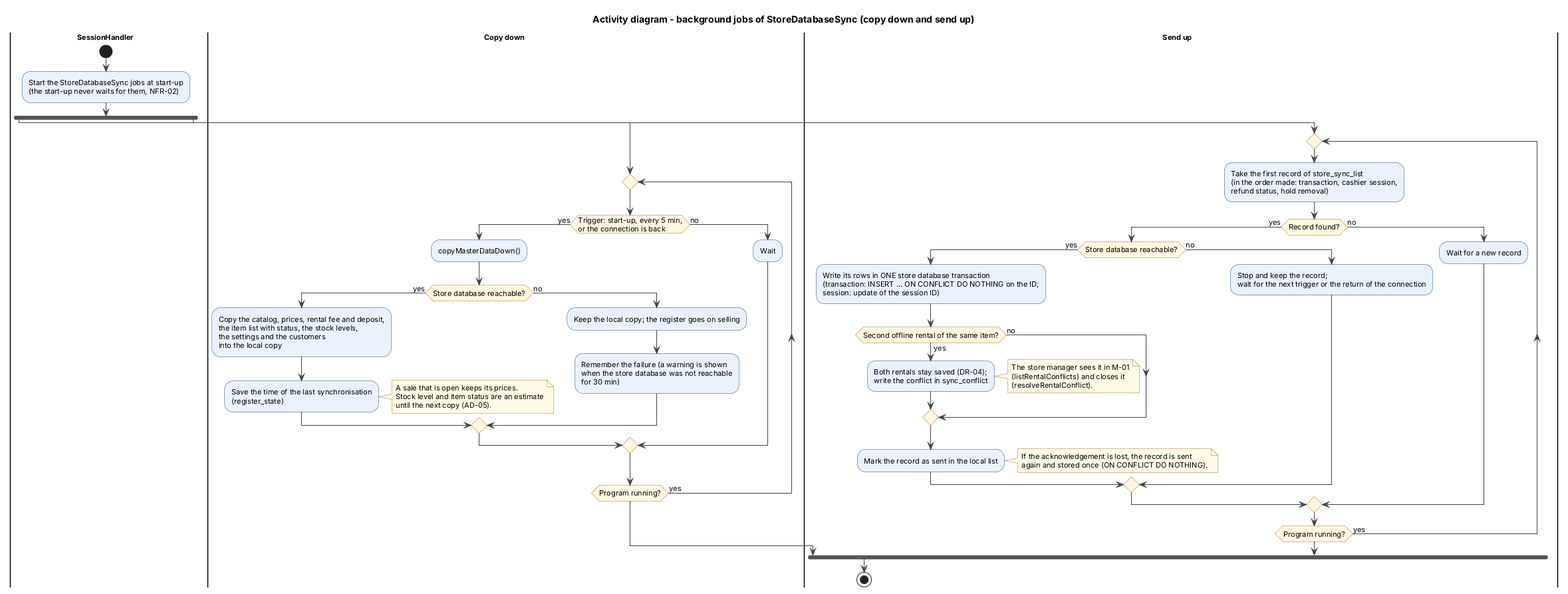
The PlantUML diagram assets/activity_store_sync.png in bhsei/26D, before a commit.
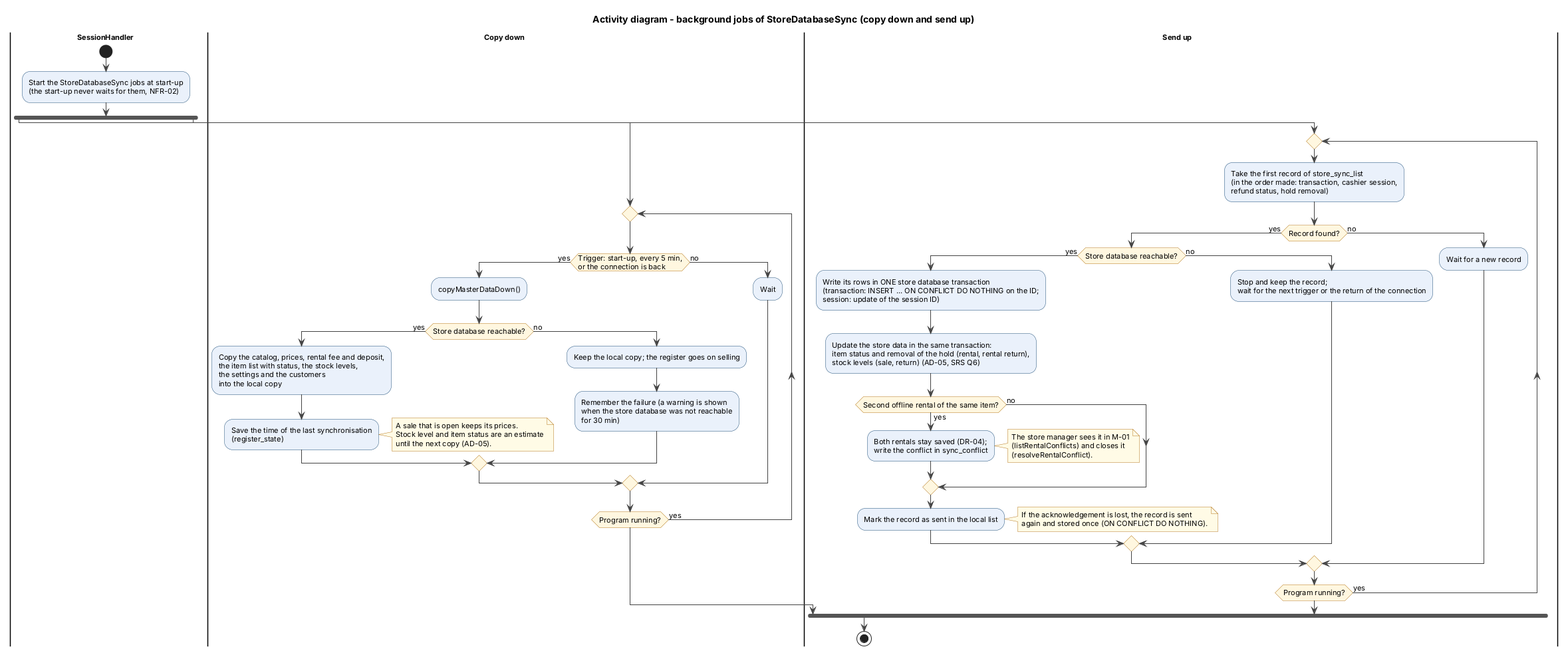
Later version of the same file.

Commit message:
W11 - Activity store sync image; re-rendered (review #67)

The edit, as a diff of the source:
```diff
@@ -44,6 +44,7 @@
     if (Record found?) then (yes)
       if (Store database reachable?) then (yes)
         :Write its rows in ONE store database transaction\n(transaction: INSERT ... ON CONFLICT DO NOTHING on the ID;\nsession: update of the session ID);
+        :Update the store data in the same transaction:\nitem status and removal of the hold (rental, rental return),\nstock levels (sale, return) (AD-05, SRS Q6);
         if (Second offline rental of the same item?) then (yes)
           :Both rentals stay saved (DR-04);\nwrite the conflict in sync_conflict;
           note right
```
